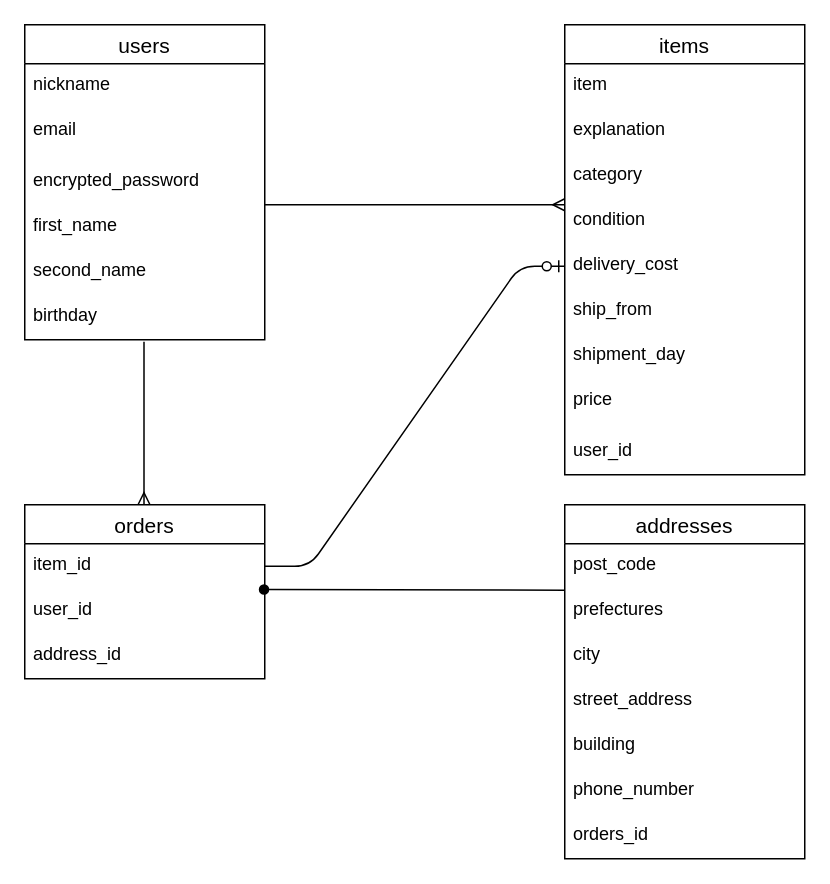
Before: test.dio in makoiwa/furima-39797, a draw.io diagram. Source tidied: cells renumbered, new cells numbered last; positions are measured from the earlier drawing's top-left corner, leaving out a move shared by most shapes. Both pictures are drawn from the tidied source at 150%, with x=0, y=0 at pixel (24, 24).
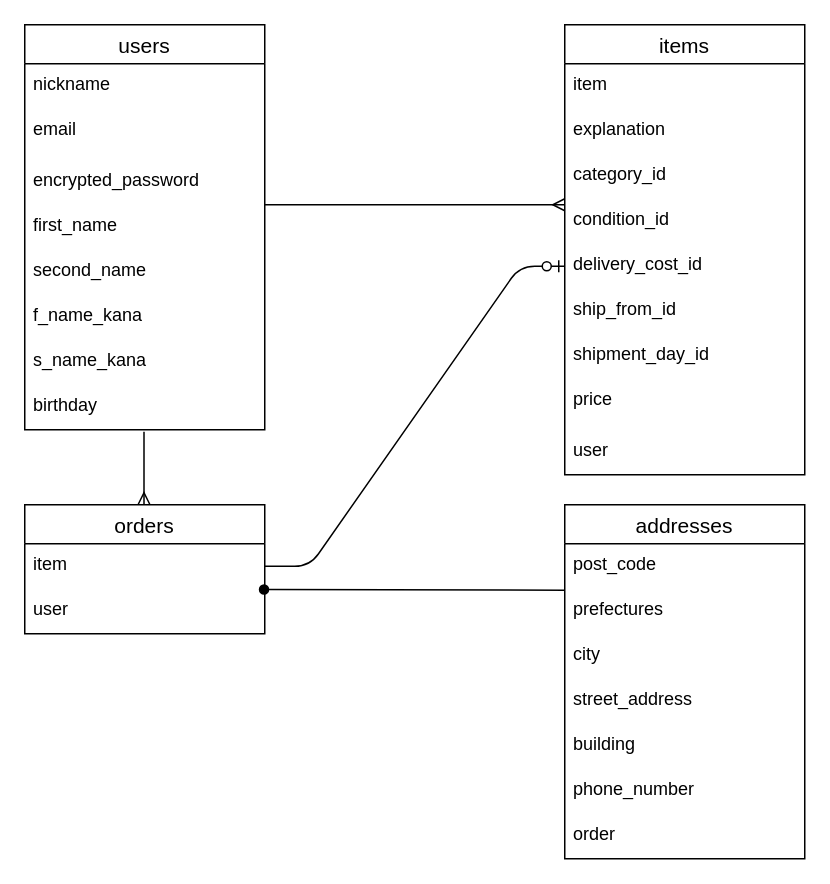
The same page after the edit.

Unchanged cells that the change refers to:
```xml
<mxCell id="9" value="items" style="swimlane;fontStyle=0;horizontal=1;startSize=26;align=center;fontSize=14;" parent="1" vertex="1">
  <mxGeometry x="360" width="160" height="300" as="geometry" />
</mxCell>
<mxCell id="23" value="addresses" style="swimlane;fontStyle=0;horizontal=1;startSize=26;align=center;fontSize=14;" parent="1" vertex="1">
  <mxGeometry x="360" y="320" width="160" height="236" as="geometry" />
</mxCell>
```

What changed in the source:
```diff
@@
     <mxCell id="2" value="users" style="swimlane;fontStyle=0;horizontal=1;startSize=26;align=center;fontSize=14;" parent="1" vertex="1">
-      <mxGeometry width="160" height="210" as="geometry" />
+      <mxGeometry width="160" height="270" as="geometry" />
     </mxCell>
@@
+    <mxCell id="35" value="f_name_kana" style="text;strokeColor=none;fillColor=none;spacingLeft=4;spacingRight=4;overflow=hidden;fontSize=12;" parent="2" vertex="1">
+      <mxGeometry y="180" width="160" height="30" as="geometry" />
+    </mxCell>
+    <mxCell id="36" value="s_name_kana" style="text;strokeColor=none;fillColor=none;spacingLeft=4;spacingRight=4;overflow=hidden;fontSize=12;" parent="2" vertex="1">
+      <mxGeometry y="210" width="160" height="30" as="geometry" />
+    </mxCell>
     <mxCell id="8" value="birthday" style="text;strokeColor=none;fillColor=none;spacingLeft=4;spacingRight=4;overflow=hidden;points=[[0,0.5],[1,0.5]];portConstraint=eastwest;fontSize=12;" parent="2" vertex="1">
-      <mxGeometry y="180" width="160" height="30" as="geometry" />
+      <mxGeometry y="240" width="160" height="30" as="geometry" />
     </mxCell>
@@
-    <mxCell id="12" value="category" style="text;strokeColor=none;fillColor=none;spacingLeft=4;spacingRight=4;overflow=hidden;fontSize=12;" parent="9" vertex="1">
+    <mxCell id="12" value="category_id" style="text;strokeColor=none;fillColor=none;spacingLeft=4;spacingRight=4;overflow=hidden;fontSize=12;" parent="9" vertex="1">
       <mxGeometry y="86" width="160" height="30" as="geometry" />
     </mxCell>
-    <mxCell id="13" value="condition" style="text;strokeColor=none;fillColor=none;spacingLeft=4;spacingRight=4;overflow=hidden;points=[[0,0.5],[1,0.5]];portConstraint=eastwest;fontSize=12;" parent="9" vertex="1">
+    <mxCell id="13" value="condition_id" style="text;strokeColor=none;fillColor=none;spacingLeft=4;spacingRight=4;overflow=hidden;points=[[0,0.5],[1,0.5]];portConstraint=eastwest;fontSize=12;" parent="9" vertex="1">
       <mxGeometry y="116" width="160" height="30" as="geometry" />
     </mxCell>
-    <mxCell id="14" value="delivery_cost" style="text;strokeColor=none;fillColor=none;spacingLeft=4;spacingRight=4;overflow=hidden;points=[[0,0.5],[1,0.5]];portConstraint=eastwest;fontSize=12;" parent="9" vertex="1">
+    <mxCell id="14" value="delivery_cost_id" style="text;strokeColor=none;fillColor=none;spacingLeft=4;spacingRight=4;overflow=hidden;points=[[0,0.5],[1,0.5]];portConstraint=eastwest;fontSize=12;" parent="9" vertex="1">
       <mxGeometry y="146" width="160" height="30" as="geometry" />
     </mxCell>
-    <mxCell id="15" value="ship_from" style="text;strokeColor=none;fillColor=none;spacingLeft=4;spacingRight=4;overflow=hidden;fontSize=12;" parent="9" vertex="1">
+    <mxCell id="15" value="ship_from_id" style="text;strokeColor=none;fillColor=none;spacingLeft=4;spacingRight=4;overflow=hidden;fontSize=12;" parent="9" vertex="1">
       <mxGeometry y="176" width="160" height="30" as="geometry" />
     </mxCell>
-    <mxCell id="16" value="shipment_day" style="text;strokeColor=none;fillColor=none;spacingLeft=4;spacingRight=4;overflow=hidden;fontSize=12;" parent="9" vertex="1">
+    <mxCell id="16" value="shipment_day_id" style="text;strokeColor=none;fillColor=none;spacingLeft=4;spacingRight=4;overflow=hidden;fontSize=12;" parent="9" vertex="1">
       <mxGeometry y="206" width="160" height="30" as="geometry" />
     </mxCell>
@@
-    <mxCell id="18" value="user_id" style="text;strokeColor=none;fillColor=none;spacingLeft=4;spacingRight=4;overflow=hidden;fontSize=12;" parent="9" vertex="1">
+    <mxCell id="18" value="user" style="text;strokeColor=none;fillColor=none;spacingLeft=4;spacingRight=4;overflow=hidden;fontSize=12;" parent="9" vertex="1">
       <mxGeometry y="270" width="160" height="30" as="geometry" />
     </mxCell>
     <mxCell id="19" value="orders" style="swimlane;fontStyle=0;horizontal=1;startSize=26;align=center;fontSize=14;" parent="1" vertex="1">
-      <mxGeometry y="320" width="160" height="116" as="geometry" />
+      <mxGeometry y="320" width="160" height="86" as="geometry" />
     </mxCell>
-    <mxCell id="20" value="item_id" style="text;strokeColor=none;fillColor=none;spacingLeft=4;spacingRight=4;overflow=hidden;points=[[0,0.5],[1,0.5]];portConstraint=eastwest;fontSize=12;" parent="19" vertex="1">
+    <mxCell id="20" value="item" style="text;strokeColor=none;fillColor=none;spacingLeft=4;spacingRight=4;overflow=hidden;points=[[0,0.5],[1,0.5]];portConstraint=eastwest;fontSize=12;" parent="19" vertex="1">
       <mxGeometry y="26" width="160" height="30" as="geometry" />
     </mxCell>
-    <mxCell id="21" value="user_id" style="text;strokeColor=none;fillColor=none;spacingLeft=4;spacingRight=4;overflow=hidden;points=[[0,0.5],[1,0.5]];portConstraint=eastwest;fontSize=12;" parent="19" vertex="1">
+    <mxCell id="21" value="user" style="text;strokeColor=none;fillColor=none;spacingLeft=4;spacingRight=4;overflow=hidden;points=[[0,0.5],[1,0.5]];portConstraint=eastwest;fontSize=12;" parent="19" vertex="1">
       <mxGeometry y="56" width="160" height="30" as="geometry" />
     </mxCell>
-    <mxCell id="22" value="address_id" style="text;strokeColor=none;fillColor=none;spacingLeft=4;spacingRight=4;overflow=hidden;fontSize=12;" parent="19" vertex="1">
-      <mxGeometry y="86" width="160" height="30" as="geometry" />
-    </mxCell>
@@
-    <mxCell id="30" value="orders_id" style="text;strokeColor=none;fillColor=none;spacingLeft=4;spacingRight=4;overflow=hidden;fontSize=12;" parent="23" vertex="1">
+    <mxCell id="30" value="order" style="text;strokeColor=none;fillColor=none;spacingLeft=4;spacingRight=4;overflow=hidden;fontSize=12;" parent="23" vertex="1">
       <mxGeometry y="206" width="160" height="30" as="geometry" />
     </mxCell>
```
